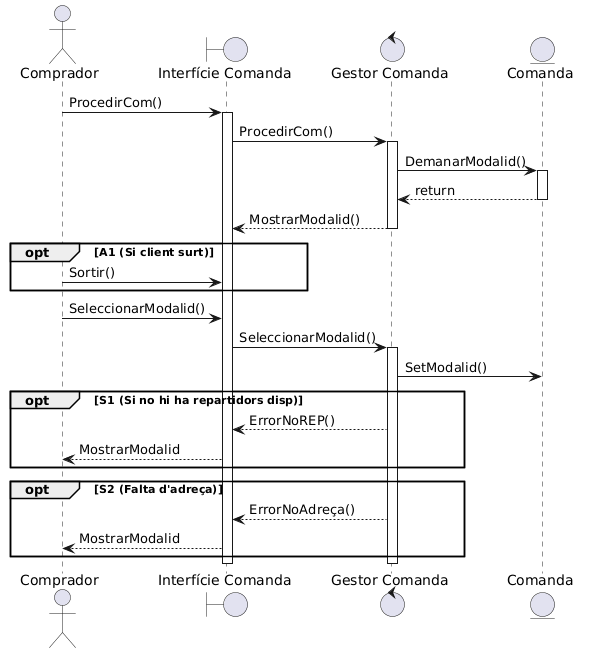
Before: documents/diagrames_seq/DS-Seleccionar_Modalitat_Entrega.png, a diagram exported from PlantUML (PauGarciaRuiz/ES26UAB-431-07). Source of this version:
```plantuml
@startuml
actor Comprador
boundary "Interfície Comanda"
control "Gestor Comanda"
entity Comanda

Comprador -> "Interfície Comanda" : ProcedirCom()
activate "Interfície Comanda"

"Interfície Comanda" -> "Gestor Comanda" : ProcedirCom()
activate "Gestor Comanda"

"Gestor Comanda" -> Comanda : DemanarModalid()
activate Comanda

Comanda --> "Gestor Comanda" : return
deactivate Comanda

"Gestor Comanda" --> "Interfície Comanda" : MostrarModalid()
deactivate "Gestor Comanda"

opt A1 (Si client surt)
    Comprador -> "Interfície Comanda" : Sortir()
end

Comprador -> "Interfície Comanda" : SeleccionarModalid()

"Interfície Comanda" -> "Gestor Comanda" : SeleccionarModalid()
activate "Gestor Comanda"

"Gestor Comanda" -> Comanda : SetModalid()

opt S1 (Si no hi ha repartidors disp)
    "Gestor Comanda" --> "Interfície Comanda" : ErrorNoREP()
    "Interfície Comanda" --> Comprador : MostrarModalid
end

opt S2 (Falta d'adreça)
    "Gestor Comanda" --> "Interfície Comanda" : ErrorNoAdreça()
    "Interfície Comanda" --> Comprador : MostrarModalid
end

deactivate "Gestor Comanda"
deactivate "Interfície Comanda"
@enduml
```
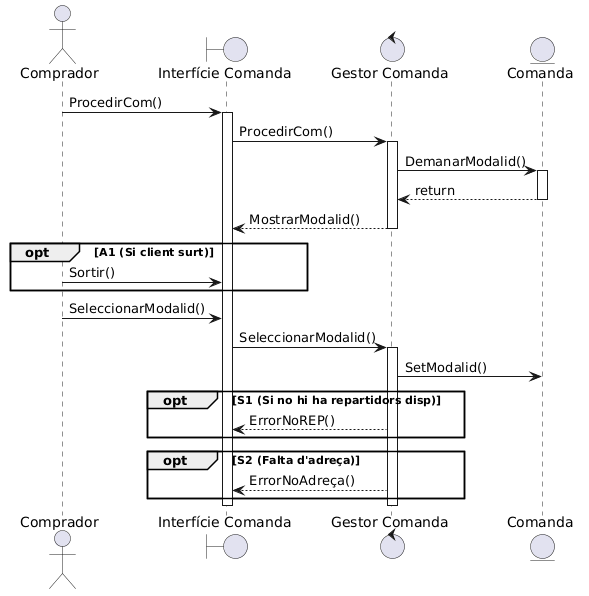
Later version of the same file.

The edit, as a diff of the source:
```diff
@@ -32,12 +32,10 @@
 
 opt S1 (Si no hi ha repartidors disp)
     "Gestor Comanda" --> "Interfície Comanda" : ErrorNoREP()
-    "Interfície Comanda" --> Comprador : MostrarModalid
 end
 
 opt S2 (Falta d'adreça)
     "Gestor Comanda" --> "Interfície Comanda" : ErrorNoAdreça()
-    "Interfície Comanda" --> Comprador : MostrarModalid
 end
 
 deactivate "Gestor Comanda"
```
